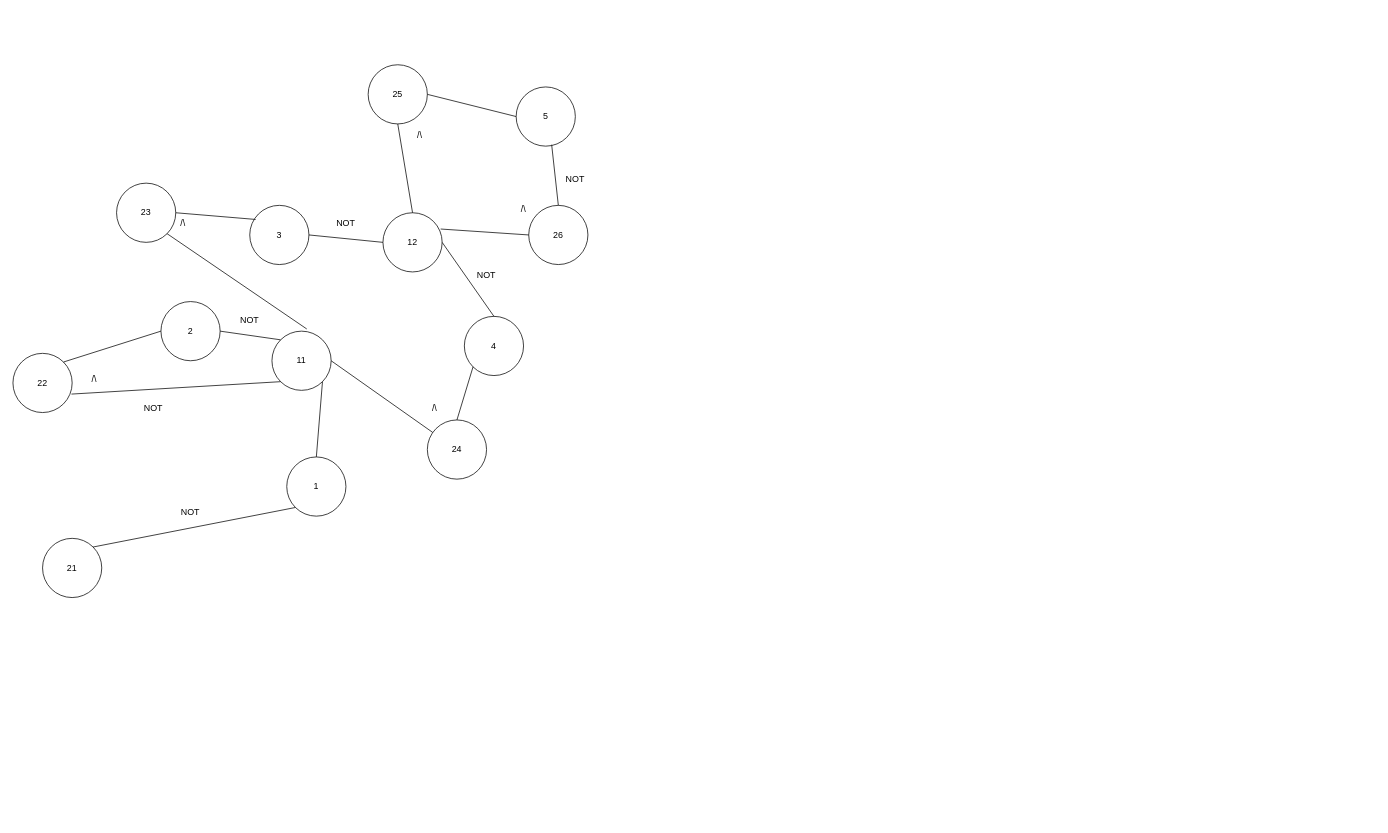
The draw.io diagram lab2/diagram2.drawio in shiiiishma/testing-labs, before the edit. Source tidied: cells renumbered, new cells numbered last; positions are measured from the earlier drawing's top-left corner, leaving out a move shared by most shapes. Both pictures are drawn from the tidied source at 74%, with x=0, y=0 at pixel (13, 64).
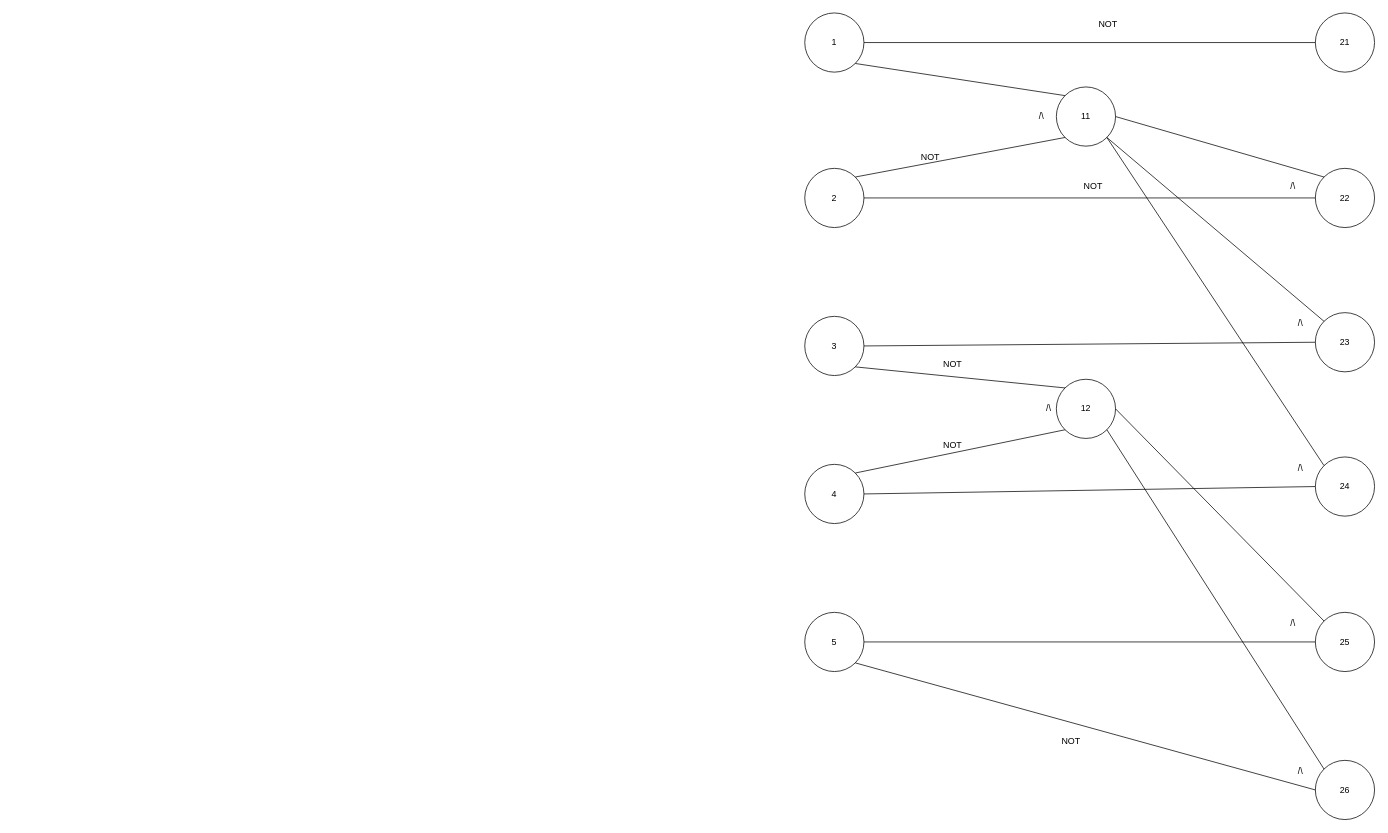
The same page after the edit.

What changed in the source:
```diff
@@
     <mxCell id="2" value="1" style="ellipse;whiteSpace=wrap;html=1;" parent="1" vertex="1">
-      <mxGeometry x="370" y="530" width="80" height="80" as="geometry" />
+      <mxGeometry x="1070" y="-70" width="80" height="80" as="geometry" />
     </mxCell>
+    <mxCell id="5" value="2" style="ellipse;whiteSpace=wrap;html=1;" parent="1" vertex="1">
+      <mxGeometry x="1070" y="140" width="80" height="80" as="geometry" />
+    </mxCell>
+    <mxCell id="12" value="3" style="ellipse;whiteSpace=wrap;html=1;" parent="1" vertex="1">
+      <mxGeometry x="1070" y="340" width="80" height="80" as="geometry" />
+    </mxCell>
+    <mxCell id="13" value="4" style="ellipse;whiteSpace=wrap;html=1;" parent="1" vertex="1">
+      <mxGeometry x="1070" y="540" width="80" height="80" as="geometry" />
+    </mxCell>
+    <mxCell id="31" value="5" style="ellipse;whiteSpace=wrap;html=1;" parent="1" vertex="1">
+      <mxGeometry x="1070" y="740" width="80" height="80" as="geometry" />
+    </mxCell>
+    <mxCell id="7" value="11" style="ellipse;whiteSpace=wrap;html=1;" parent="1" vertex="1">
+      <mxGeometry x="1410" y="30" width="80" height="80" as="geometry" />
+    </mxCell>
+    <mxCell id="11" value="12" style="ellipse;whiteSpace=wrap;html=1;" parent="1" vertex="1">
+      <mxGeometry x="1410" y="425" width="80" height="80" as="geometry" />
+    </mxCell>
     <mxCell id="3" value="21" style="ellipse;whiteSpace=wrap;html=1;" parent="1" vertex="1">
-      <mxGeometry x="40" y="640" width="80" height="80" as="geometry" />
+      <mxGeometry x="1760" y="-70" width="80" height="80" as="geometry" />
     </mxCell>
-    <mxCell id="4" style="endArrow=none;html=1;rounded=0;entryX=0;entryY=1;entryDx=0;entryDy=0;exitX=1;exitY=0;exitDx=0;exitDy=0;" parent="1" edge="1" source="3" target="2">
-      <mxGeometry relative="1" as="geometry" />
-    </mxCell>
-    <mxCell id="5" value="2" style="ellipse;whiteSpace=wrap;html=1;" parent="1" vertex="1">
-      <mxGeometry x="200" y="320" width="80" height="80" as="geometry" />
-    </mxCell>
+    <mxCell id="19" value="22" style="ellipse;whiteSpace=wrap;html=1;" parent="1" vertex="1">
+      <mxGeometry x="1760" y="140" width="80" height="80" as="geometry" />
+    </mxCell>
     <mxCell id="6" value="23" style="ellipse;whiteSpace=wrap;html=1;" parent="1" vertex="1">
-      <mxGeometry x="140" y="160" width="80" height="80" as="geometry" />
+      <mxGeometry x="1760" y="335" width="80" height="80" as="geometry" />
     </mxCell>
-    <mxCell id="7" value="11" style="ellipse;whiteSpace=wrap;html=1;" parent="1" vertex="1">
-      <mxGeometry x="350" y="360" width="80" height="80" as="geometry" />
-    </mxCell>
+    <mxCell id="27" value="24" style="ellipse;whiteSpace=wrap;html=1;" parent="1" vertex="1">
+      <mxGeometry x="1760" y="530" width="80" height="80" as="geometry" />
+    </mxCell>
+    <mxCell id="32" value="25" style="ellipse;whiteSpace=wrap;html=1;" parent="1" vertex="1">
+      <mxGeometry x="1760" y="740" width="80" height="80" as="geometry" />
+    </mxCell>
+    <mxCell id="36" value="26" style="ellipse;whiteSpace=wrap;html=1;" parent="1" vertex="1">
+      <mxGeometry x="1760" y="940" width="80" height="80" as="geometry" />
+    </mxCell>
-    <mxCell id="8" style="endArrow=none;html=1;rounded=0;entryX=1;entryY=1;entryDx=0;entryDy=0;exitX=0.5;exitY=0;exitDx=0;exitDy=0;" parent="1" edge="1" source="2" target="7">
+    <mxCell id="8" style="endArrow=none;html=1;rounded=0;exitX=1;exitY=1;exitDx=0;exitDy=0;entryX=0;entryY=0;entryDx=0;entryDy=0;" parent="1" edge="1" source="2" target="7">
       <mxGeometry relative="1" as="geometry" />
     </mxCell>
-    <mxCell id="9" style="endArrow=none;html=1;rounded=0;entryX=0;entryY=0;entryDx=0;entryDy=0;exitX=1;exitY=0.5;exitDx=0;exitDy=0;" parent="1" edge="1" source="5" target="7">
+    <mxCell id="9" style="endArrow=none;html=1;rounded=0;exitX=1;exitY=0;exitDx=0;exitDy=0;entryX=0;entryY=1;entryDx=0;entryDy=0;" parent="1" edge="1" source="5" target="7">
       <mxGeometry relative="1" as="geometry" />
     </mxCell>
-    <mxCell id="10" value="NOT" style="text;html=1;whiteSpace=wrap;strokeColor=none;fillColor=none;align=center;verticalAlign=middle;rounded=0;" parent="1" vertex="1">
-      <mxGeometry x="290" y="330" width="60" height="30" as="geometry" />
-    </mxCell>
-    <mxCell id="11" value="12" style="ellipse;whiteSpace=wrap;html=1;" parent="1" vertex="1">
-      <mxGeometry x="500" y="200" width="80" height="80" as="geometry" />
-    </mxCell>
-    <mxCell id="12" value="3" style="ellipse;whiteSpace=wrap;html=1;" parent="1" vertex="1">
-      <mxGeometry x="320" y="190" width="80" height="80" as="geometry" />
-    </mxCell>
-    <mxCell id="13" value="4" style="ellipse;whiteSpace=wrap;html=1;" parent="1" vertex="1">
-      <mxGeometry x="610" y="340" width="80" height="80" as="geometry" />
-    </mxCell>
+    <mxCell id="41" value="NOT" style="text;html=1;whiteSpace=wrap;strokeColor=none;fillColor=none;align=center;verticalAlign=middle;rounded=0;" parent="1" vertex="1">
+      <mxGeometry x="1210" y="110" width="60" height="30" as="geometry" />
+    </mxCell>
-    <mxCell id="14" style="endArrow=none;html=1;rounded=0;entryX=0;entryY=0.5;entryDx=0;entryDy=0;exitX=1;exitY=0.5;exitDx=0;exitDy=0;" parent="1" edge="1" source="12" target="11">
+    <mxCell id="14" style="endArrow=none;html=1;rounded=0;exitX=1;exitY=1;exitDx=0;exitDy=0;entryX=0;entryY=0;entryDx=0;entryDy=0;" parent="1" edge="1" source="12" target="11">
       <mxGeometry relative="1" as="geometry" />
     </mxCell>
-    <mxCell id="15" style="endArrow=none;html=1;rounded=0;entryX=1;entryY=0.5;entryDx=0;entryDy=0;exitX=0.5;exitY=0;exitDx=0;exitDy=0;" parent="1" edge="1" source="13" target="11">
+    <mxCell id="15" style="endArrow=none;html=1;rounded=0;exitX=1;exitY=0;exitDx=0;exitDy=0;entryX=0;entryY=1;entryDx=0;entryDy=0;" parent="1" edge="1" source="13" target="11">
       <mxGeometry relative="1" as="geometry" />
     </mxCell>
-    <mxCell id="16" value="NOT" style="text;html=1;whiteSpace=wrap;strokeColor=none;fillColor=none;align=center;verticalAlign=middle;rounded=0;" parent="1" vertex="1">
-      <mxGeometry x="420" y="200" width="60" height="30" as="geometry" />
-    </mxCell>
-    <mxCell id="17" value="NOT" style="text;html=1;whiteSpace=wrap;strokeColor=none;fillColor=none;align=center;verticalAlign=middle;rounded=0;" parent="1" vertex="1">
-      <mxGeometry x="610" y="270" width="60" height="30" as="geometry" />
-    </mxCell>
-    <mxCell id="18" value="NOT" style="text;html=1;whiteSpace=wrap;strokeColor=none;fillColor=none;align=center;verticalAlign=middle;rounded=0;" parent="1" vertex="1">
-      <mxGeometry x="210" y="590" width="60" height="30" as="geometry" />
-    </mxCell>
-    <mxCell id="19" value="22" style="ellipse;whiteSpace=wrap;html=1;" parent="1" vertex="1">
-      <mxGeometry y="390" width="80" height="80" as="geometry" />
-    </mxCell>
-    <mxCell id="20" style="endArrow=none;html=1;rounded=0;exitX=1;exitY=0;exitDx=0;exitDy=0;entryX=0;entryY=0.5;entryDx=0;entryDy=0;" parent="1" edge="1" source="19" target="5">
-      <mxGeometry relative="1" as="geometry" />
-    </mxCell>
-    <mxCell id="21" style="endArrow=none;html=1;rounded=0;exitX=0.988;exitY=0.688;exitDx=0;exitDy=0;exitPerimeter=0;entryX=0;entryY=1;entryDx=0;entryDy=0;" parent="1" edge="1" source="19" target="7">
-      <mxGeometry relative="1" as="geometry" />
-    </mxCell>
-    <mxCell id="22" value="NOT" style="text;html=1;whiteSpace=wrap;strokeColor=none;fillColor=none;align=center;verticalAlign=middle;rounded=0;" parent="1" vertex="1">
-      <mxGeometry x="160" y="450" width="60" height="30" as="geometry" />
-    </mxCell>
-    <mxCell id="23" style="endArrow=none;html=1;rounded=0;entryX=0.588;entryY=-0.037;entryDx=0;entryDy=0;entryPerimeter=0;exitX=1;exitY=1;exitDx=0;exitDy=0;" parent="1" edge="1" source="6" target="7">
-      <mxGeometry relative="1" as="geometry" />
-    </mxCell>
-    <mxCell id="24" style="endArrow=none;html=1;rounded=0;entryX=0.1;entryY=0.238;entryDx=0;entryDy=0;entryPerimeter=0;exitX=1;exitY=0.5;exitDx=0;exitDy=0;" parent="1" edge="1" source="6" target="12">
-      <mxGeometry relative="1" as="geometry" />
-    </mxCell>
-    <mxCell id="25" value="/\" style="text;html=1;whiteSpace=wrap;strokeColor=none;fillColor=none;align=center;verticalAlign=middle;rounded=0;" parent="1" vertex="1">
-      <mxGeometry x="200" y="200" width="60" height="30" as="geometry" />
-    </mxCell>
-    <mxCell id="26" value="/\" style="text;html=1;whiteSpace=wrap;strokeColor=none;fillColor=none;align=center;verticalAlign=middle;rounded=0;" parent="1" vertex="1">
-      <mxGeometry x="80" y="410" width="60" height="30" as="geometry" />
-    </mxCell>
-    <mxCell id="27" value="24" style="ellipse;whiteSpace=wrap;html=1;" parent="1" vertex="1">
-      <mxGeometry x="560" y="480" width="80" height="80" as="geometry" />
-    </mxCell>
+    <mxCell id="42" value="NOT" style="text;html=1;whiteSpace=wrap;strokeColor=none;fillColor=none;align=center;verticalAlign=middle;rounded=0;" parent="1" vertex="1">
+      <mxGeometry x="1240" y="390" width="60" height="30" as="geometry" />
+    </mxCell>
+    <mxCell id="43" value="NOT" style="text;html=1;whiteSpace=wrap;strokeColor=none;fillColor=none;align=center;verticalAlign=middle;rounded=0;" parent="1" vertex="1">
+      <mxGeometry x="1240" y="500" width="60" height="30" as="geometry" />
+    </mxCell>
+    <mxCell id="44" style="endArrow=none;html=1;rounded=0;exitX=1;exitY=0.5;exitDx=0;exitDy=0;entryX=0;entryY=0.5;entryDx=0;entryDy=0;" parent="1" edge="1" source="2" target="3">
+      <mxGeometry relative="1" as="geometry" />
+    </mxCell>
+    <mxCell id="45" value="NOT" style="text;html=1;whiteSpace=wrap;strokeColor=none;fillColor=none;align=center;verticalAlign=middle;rounded=0;" parent="1" vertex="1">
+      <mxGeometry x="1450" y="-70" width="60" height="30" as="geometry" />
+    </mxCell>
+    <mxCell id="46" style="endArrow=none;html=1;rounded=0;entryX=0;entryY=0;entryDx=0;entryDy=0;exitX=1;exitY=0.5;exitDx=0;exitDy=0;" parent="1" edge="1" source="7" target="19">
+      <mxGeometry relative="1" as="geometry" />
+    </mxCell>
+    <mxCell id="47" style="endArrow=none;html=1;rounded=0;entryX=0;entryY=0.5;entryDx=0;entryDy=0;exitX=1;exitY=0.5;exitDx=0;exitDy=0;" parent="1" edge="1" source="5" target="19">
+      <mxGeometry relative="1" as="geometry" />
+    </mxCell>
+    <mxCell id="48" value="NOT" style="text;html=1;whiteSpace=wrap;strokeColor=none;fillColor=none;align=center;verticalAlign=middle;rounded=0;" parent="1" vertex="1">
+      <mxGeometry x="1430" y="150" width="60" height="30" as="geometry" />
+    </mxCell>
+    <mxCell id="49" style="endArrow=none;html=1;rounded=0;entryX=0;entryY=0;entryDx=0;entryDy=0;exitX=1;exitY=1;exitDx=0;exitDy=0;" parent="1" edge="1" source="7" target="6">
+      <mxGeometry relative="1" as="geometry" />
+    </mxCell>
+    <mxCell id="50" style="endArrow=none;html=1;rounded=0;entryX=0;entryY=0.5;entryDx=0;entryDy=0;exitX=1;exitY=0.5;exitDx=0;exitDy=0;" parent="1" edge="1" source="12" target="6">
+      <mxGeometry relative="1" as="geometry" />
+    </mxCell>
+    <mxCell id="51" style="endArrow=none;html=1;rounded=0;entryX=0;entryY=0.5;entryDx=0;entryDy=0;exitX=1;exitY=0.5;exitDx=0;exitDy=0;" parent="1" edge="1" source="13" target="27">
+      <mxGeometry relative="1" as="geometry" />
+    </mxCell>
-    <mxCell id="28" style="endArrow=none;html=1;rounded=0;exitX=1;exitY=0.5;exitDx=0;exitDy=0;" parent="1" edge="1" source="7" target="27">
+    <mxCell id="28" style="endArrow=none;html=1;rounded=0;entryX=0;entryY=0;entryDx=0;entryDy=0;exitX=1;exitY=1;exitDx=0;exitDy=0;" parent="1" edge="1" source="7" target="27">
       <mxGeometry relative="1" as="geometry" />
     </mxCell>
-    <mxCell id="29" style="endArrow=none;html=1;rounded=0;entryX=0;entryY=1;entryDx=0;entryDy=0;exitX=0.5;exitY=0;exitDx=0;exitDy=0;" parent="1" edge="1" source="27" target="13">
-      <mxGeometry relative="1" as="geometry" />
-    </mxCell>
-    <mxCell id="30" value="/\" style="text;html=1;whiteSpace=wrap;strokeColor=none;fillColor=none;align=center;verticalAlign=middle;rounded=0;" parent="1" vertex="1">
-      <mxGeometry x="540" y="450" width="60" height="30" as="geometry" />
-    </mxCell>
-    <mxCell id="31" value="5" style="ellipse;whiteSpace=wrap;html=1;" parent="1" vertex="1">
-      <mxGeometry x="680" y="30" width="80" height="80" as="geometry" />
-    </mxCell>
-    <mxCell id="32" value="25" style="ellipse;whiteSpace=wrap;html=1;" parent="1" vertex="1">
-      <mxGeometry x="480" width="80" height="80" as="geometry" />
-    </mxCell>
-    <mxCell id="33" style="endArrow=none;html=1;rounded=0;entryX=0.5;entryY=1;entryDx=0;entryDy=0;exitX=0.5;exitY=0;exitDx=0;exitDy=0;" parent="1" edge="1" source="11" target="32">
+    <mxCell id="33" style="endArrow=none;html=1;rounded=0;entryX=0;entryY=0;entryDx=0;entryDy=0;exitX=1;exitY=0.5;exitDx=0;exitDy=0;" parent="1" edge="1" source="11" target="32">
       <mxGeometry relative="1" as="geometry" />
     </mxCell>
-    <mxCell id="34" style="endArrow=none;html=1;rounded=0;entryX=1;entryY=0.5;entryDx=0;entryDy=0;exitX=0;exitY=0.5;exitDx=0;exitDy=0;" parent="1" edge="1" source="31" target="32">
+    <mxCell id="34" style="endArrow=none;html=1;rounded=0;entryX=0;entryY=0.5;entryDx=0;entryDy=0;exitX=1;exitY=0.5;exitDx=0;exitDy=0;" parent="1" edge="1" source="31" target="32">
       <mxGeometry relative="1" as="geometry" />
     </mxCell>
-    <mxCell id="35" value="/\" style="text;html=1;whiteSpace=wrap;strokeColor=none;fillColor=none;align=center;verticalAlign=middle;rounded=0;" parent="1" vertex="1">
-      <mxGeometry x="520" y="80" width="60" height="30" as="geometry" />
-    </mxCell>
-    <mxCell id="36" value="26" style="ellipse;whiteSpace=wrap;html=1;" parent="1" vertex="1">
-      <mxGeometry x="697" y="190" width="80" height="80" as="geometry" />
-    </mxCell>
+    <mxCell id="52" style="endArrow=none;html=1;rounded=0;entryX=0;entryY=0.5;entryDx=0;entryDy=0;exitX=1;exitY=1;exitDx=0;exitDy=0;" parent="1" edge="1" source="31" target="36">
+      <mxGeometry relative="1" as="geometry" />
+    </mxCell>
-    <mxCell id="37" style="endArrow=none;html=1;rounded=0;exitX=0.975;exitY=0.275;exitDx=0;exitDy=0;exitPerimeter=0;entryX=0;entryY=0.5;entryDx=0;entryDy=0;" parent="1" edge="1" source="11" target="36">
+    <mxCell id="37" style="endArrow=none;html=1;rounded=0;entryX=0;entryY=0;entryDx=0;entryDy=0;exitX=1;exitY=1;exitDx=0;exitDy=0;" parent="1" edge="1" source="11" target="36">
       <mxGeometry relative="1" as="geometry" />
     </mxCell>
-    <mxCell id="38" style="endArrow=none;html=1;rounded=0;entryX=0.6;entryY=0.975;entryDx=0;entryDy=0;entryPerimeter=0;exitX=0.5;exitY=0;exitDx=0;exitDy=0;" parent="1" edge="1" source="36" target="31">
-      <mxGeometry relative="1" as="geometry" />
-    </mxCell>
-    <mxCell id="39" value="/\" style="text;html=1;whiteSpace=wrap;strokeColor=none;fillColor=none;align=center;verticalAlign=middle;rounded=0;" parent="1" vertex="1">
-      <mxGeometry x="660" y="180" width="60" height="30" as="geometry" />
-    </mxCell>
-    <mxCell id="40" value="NOT" style="text;html=1;whiteSpace=wrap;strokeColor=none;fillColor=none;align=center;verticalAlign=middle;rounded=0;" parent="1" vertex="1">
-      <mxGeometry x="730" y="140" width="60" height="30" as="geometry" />
-    </mxCell>
+    <mxCell id="53" value="NOT" style="text;html=1;whiteSpace=wrap;strokeColor=none;fillColor=none;align=center;verticalAlign=middle;rounded=0;" parent="1" vertex="1">
+      <mxGeometry x="1400" y="900" width="60" height="30" as="geometry" />
+    </mxCell>
+    <mxCell id="54" value="/\" style="text;html=1;whiteSpace=wrap;strokeColor=none;fillColor=none;align=center;verticalAlign=middle;rounded=0;" parent="1" vertex="1">
+      <mxGeometry x="1360" y="55" width="60" height="30" as="geometry" />
+    </mxCell>
+    <mxCell id="55" value="/\" style="text;html=1;whiteSpace=wrap;strokeColor=none;fillColor=none;align=center;verticalAlign=middle;rounded=0;" parent="1" vertex="1">
+      <mxGeometry x="1700" y="150" width="60" height="30" as="geometry" />
+    </mxCell>
+    <mxCell id="56" value="/\" style="text;html=1;whiteSpace=wrap;strokeColor=none;fillColor=none;align=center;verticalAlign=middle;rounded=0;" parent="1" vertex="1">
+      <mxGeometry x="1370" y="450" width="60" height="30" as="geometry" />
+    </mxCell>
+    <mxCell id="57" value="/\" style="text;html=1;whiteSpace=wrap;strokeColor=none;fillColor=none;align=center;verticalAlign=middle;rounded=0;" parent="1" vertex="1">
+      <mxGeometry x="1710" y="335" width="60" height="30" as="geometry" />
+    </mxCell>
+    <mxCell id="58" value="/\" style="text;html=1;whiteSpace=wrap;strokeColor=none;fillColor=none;align=center;verticalAlign=middle;rounded=0;" parent="1" vertex="1">
+      <mxGeometry x="1710" y="530" width="60" height="30" as="geometry" />
+    </mxCell>
+    <mxCell id="59" value="/\" style="text;html=1;whiteSpace=wrap;strokeColor=none;fillColor=none;align=center;verticalAlign=middle;rounded=0;" parent="1" vertex="1">
+      <mxGeometry x="1700" y="740" width="60" height="30" as="geometry" />
+    </mxCell>
+    <mxCell id="60" value="/\" style="text;html=1;whiteSpace=wrap;strokeColor=none;fillColor=none;align=center;verticalAlign=middle;rounded=0;" parent="1" vertex="1">
+      <mxGeometry x="1710" y="940" width="60" height="30" as="geometry" />
+    </mxCell>
```
